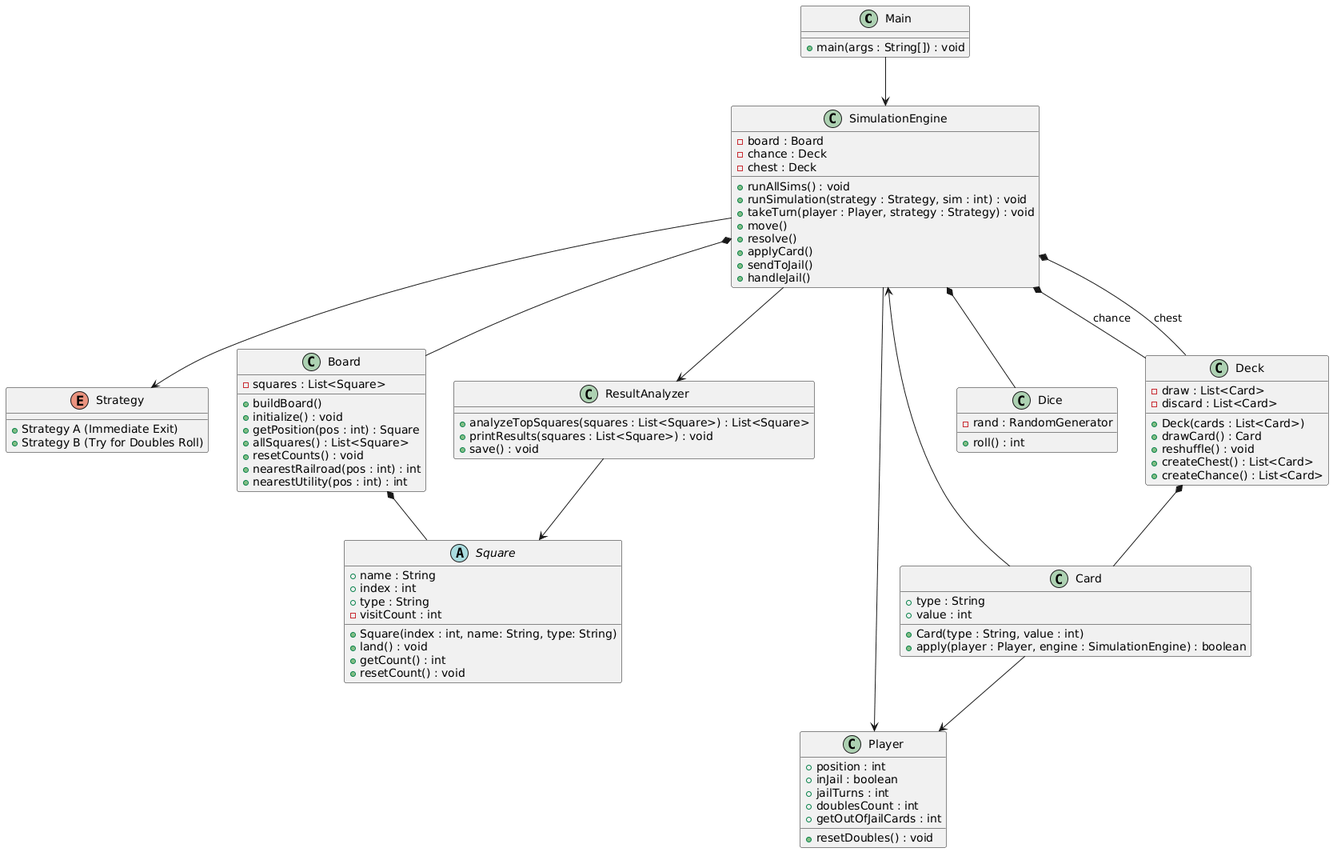
keanu-cruz/CS2430_Programming_Project_4 keeps this PlantUML diagram as docs/MonopolyUML.png. Above is the earlier version. Its diagram source:
```plantuml
@startuml
class Main {
    + main(args : String[]) : void
  }

  class SimulationEngine {
    - board : Board
    - chance : Deck
    - chest : Deck
    + runAllSims() : void
    + runSimulation(strategy : Strategy, sim : int) : void
    + takeTurn(player : Player, strategy : Strategy) : void
    + move()
    + resolve()
    + applyCard()
    + sendToJail()
    + handleJail()

  }

  Enum Strategy {
    + Strategy A (Immediate Exit)
    + Strategy B (Try for Doubles Roll)
  }

  class ResultAnalyzer {
    + analyzeTopSquares(squares : List<Square>) : List<Square>
    + printResults(squares : List<Square>) : void
    + save() : void
  }


  class Board {
    - squares : List<Square>
    + buildBoard()
    + initialize() : void
    + getPosition(pos : int) : Square
    + allSquares() : List<Square>
    + resetCounts() : void
    + nearestRailroad(pos : int) : int
    + nearestUtility(pos : int) : int
  }

  abstract class Square {
    + name : String
    + index : int
    + type : String
    - visitCount : int
    + Square(index : int, name: String, type: String)
    + land() : void
    + getCount() : int
    + resetCount() : void
  }


  class Card {
    + type : String
    + value : int
    + Card(type : String, value : int)
    + apply(player : Player, engine : SimulationEngine) : boolean

  }

  class Deck {
    - draw : List<Card>
    - discard : List<Card>
    + Deck(cards : List<Card>)
    + drawCard() : Card
    + reshuffle() : void
    + createChest() : List<Card>
    + createChance() : List<Card>
  }

  class Player {
    + position : int
    + inJail : boolean
    + jailTurns : int
    + doublesCount : int
    + getOutOfJailCards : int
    + resetDoubles() : void
  }




  class Dice {
    - rand : RandomGenerator
    + roll() : int
  }


Main --> SimulationEngine

SimulationEngine *-- Board
SimulationEngine *-- Deck : chance
SimulationEngine *-- Deck : chest
SimulationEngine *-- Dice

SimulationEngine --> Player
SimulationEngine --> Strategy
SimulationEngine --> ResultAnalyzer

Board *-- Square

Deck *-- Card

Card --> Player
Card --> SimulationEngine

ResultAnalyzer --> Square
@enduml
```
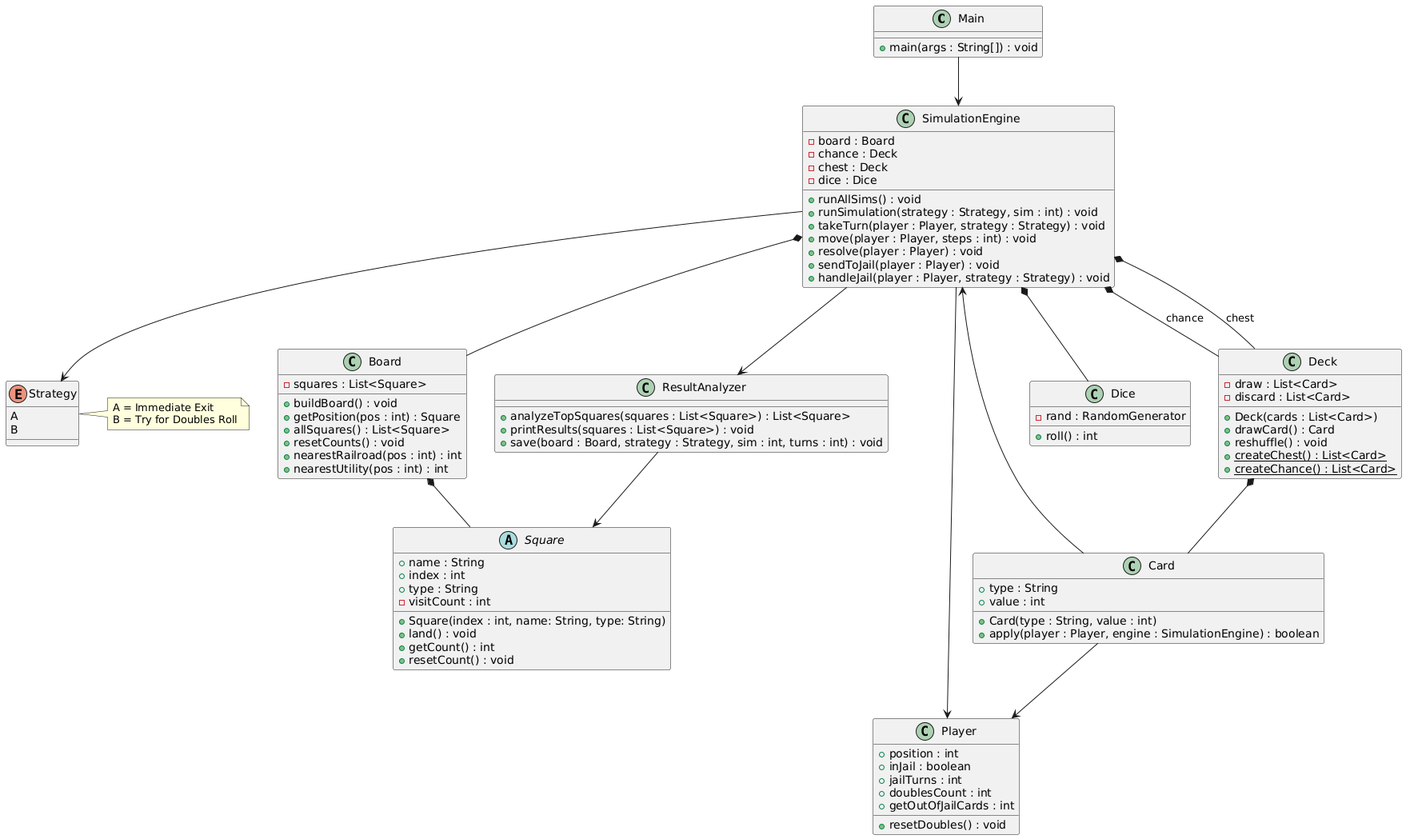
Above is the later version.

Change to the diagram source:
```diff
@@ -7,33 +7,37 @@
     - board : Board
     - chance : Deck
     - chest : Deck
+    - dice : Dice
     + runAllSims() : void
     + runSimulation(strategy : Strategy, sim : int) : void
     + takeTurn(player : Player, strategy : Strategy) : void
-    + move()
-    + resolve()
-    + applyCard()
-    + sendToJail()
-    + handleJail()
+    + move(player : Player, steps : int) : void
+    + resolve(player : Player) : void
+    + sendToJail(player : Player) : void
+    + handleJail(player : Player, strategy : Strategy) : void
 
   }
 
   Enum Strategy {
-    + Strategy A (Immediate Exit)
-    + Strategy B (Try for Doubles Roll)
+    A
+    B
   }
+
+  note right of Strategy
+  A = Immediate Exit
+  B = Try for Doubles Roll
+  end note
 
   class ResultAnalyzer {
     + analyzeTopSquares(squares : List<Square>) : List<Square>
     + printResults(squares : List<Square>) : void
-    + save() : void
+    + save(board : Board, strategy : Strategy, sim : int, turns : int) : void
   }
 
 
   class Board {
     - squares : List<Square>
-    + buildBoard()
-    + initialize() : void
+    + buildBoard() : void
     + getPosition(pos : int) : Square
     + allSquares() : List<Square>
     + resetCounts() : void
@@ -67,8 +71,8 @@
     + Deck(cards : List<Card>)
     + drawCard() : Card
     + reshuffle() : void
-    + createChest() : List<Card>
-    + createChance() : List<Card>
+    + createChest() : List<Card> {static}
+    + createChance() : List<Card> {static}
   }
 
   class Player {
```
